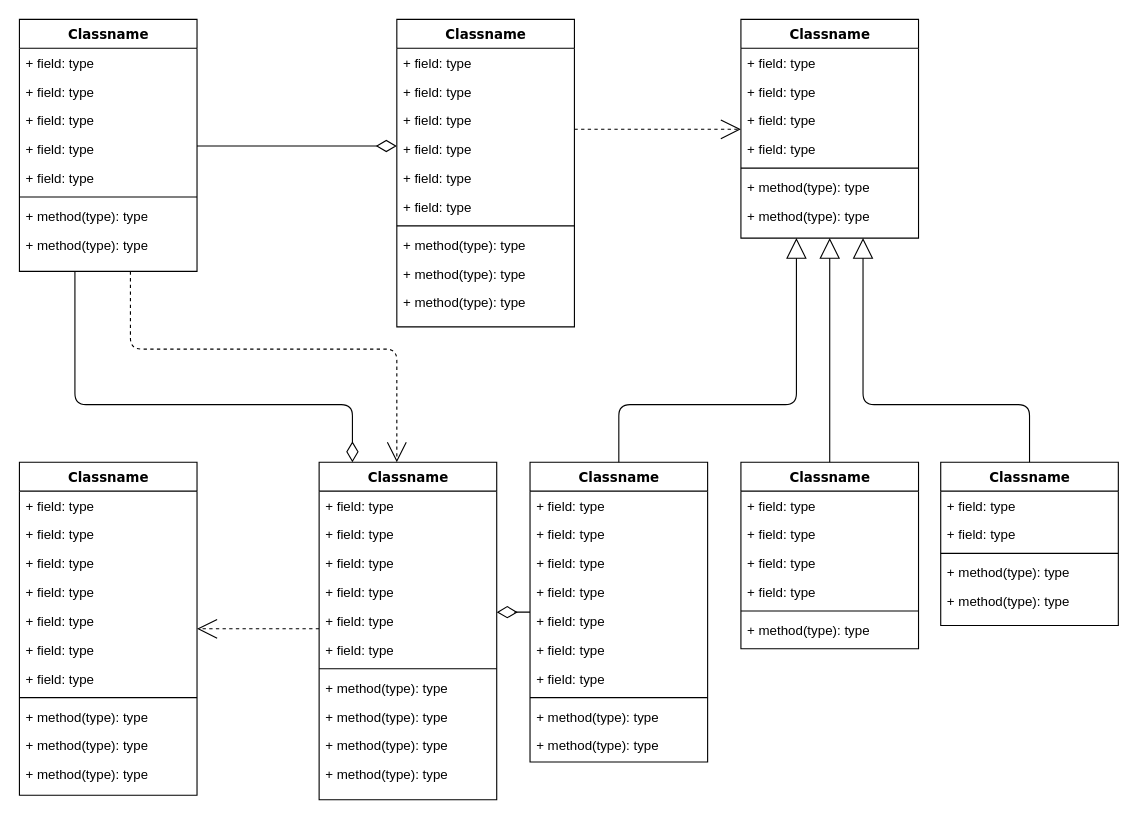
Before: BlackboardUML.drawio in MarkusvonStaden/blackboard2api, a draw.io diagram. Source tidied: cells renumbered, new cells numbered last; positions are measured from the earlier drawing's top-left corner, leaving out a move shared by most shapes. Both pictures are drawn from the tidied source at 111%, with x=0, y=0 at pixel (19, 19).
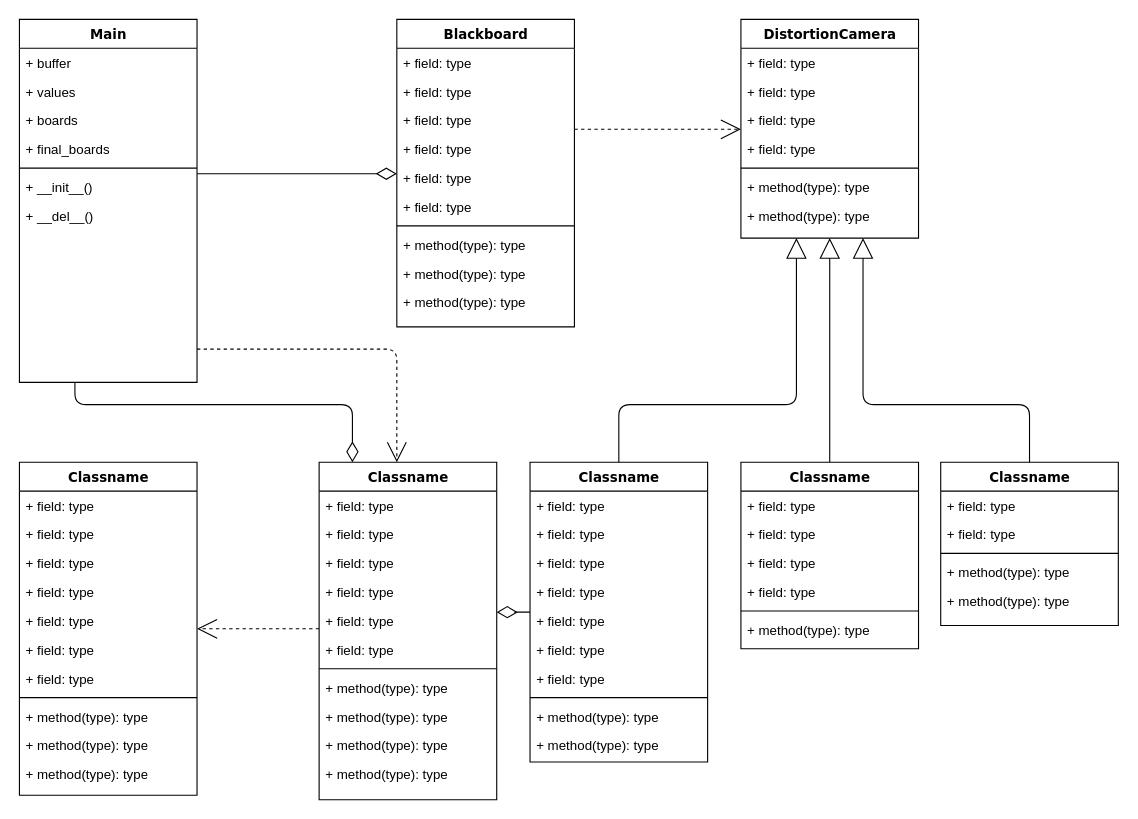
The same diagram, later.

Commit message:
Update UML class Main

The edit, as a diff of the source:
```diff
@@
-    <mxCell id="4" value="Classname" style="swimlane;html=1;fontStyle=1;align=center;verticalAlign=top;horizontal=1;startSize=26;swimlaneFillColor=#ffffff;rounded=0;shadow=0;comic=0;labelBackgroundColor=none;strokeWidth=1;fillColor=none;fontFamily=Verdana;fontSize=12;" parent="1" vertex="1">
-      <mxGeometry width="160" height="227" as="geometry" />
+    <mxCell id="4" value="Main" style="swimlane;html=1;fontStyle=1;align=center;verticalAlign=top;horizontal=1;startSize=26;swimlaneFillColor=#ffffff;rounded=0;shadow=0;comic=0;labelBackgroundColor=none;strokeWidth=1;fillColor=none;fontFamily=Verdana;fontSize=12;" parent="1" vertex="1">
+      <mxGeometry width="160" height="327" as="geometry" />
     </mxCell>
-    <mxCell id="5" value="+ field: type" style="text;html=1;strokeColor=none;fillColor=none;align=left;verticalAlign=top;spacingLeft=4;spacingRight=4;whiteSpace=wrap;overflow=hidden;" parent="4" vertex="1">
+    <mxCell id="5" value="+ buffer&lt;br&gt;" style="text;html=1;strokeColor=none;fillColor=none;align=left;verticalAlign=top;spacingLeft=4;spacingRight=4;whiteSpace=wrap;overflow=hidden;" parent="4" vertex="1">
       <mxGeometry y="26" width="160" height="26" as="geometry" />
     </mxCell>
-    <mxCell id="6" value="+ field: type" style="text;html=1;strokeColor=none;fillColor=none;align=left;verticalAlign=top;spacingLeft=4;spacingRight=4;whiteSpace=wrap;overflow=hidden;" parent="4" vertex="1">
+    <mxCell id="6" value="+ values" style="text;html=1;strokeColor=none;fillColor=none;align=left;verticalAlign=top;spacingLeft=4;spacingRight=4;whiteSpace=wrap;overflow=hidden;" parent="4" vertex="1">
       <mxGeometry y="52" width="160" height="26" as="geometry" />
     </mxCell>
-    <mxCell id="7" value="+ field: type" style="text;html=1;strokeColor=none;fillColor=none;align=left;verticalAlign=top;spacingLeft=4;spacingRight=4;whiteSpace=wrap;overflow=hidden;" parent="4" vertex="1">
+    <mxCell id="7" value="+ boards" style="text;html=1;strokeColor=none;fillColor=none;align=left;verticalAlign=top;spacingLeft=4;spacingRight=4;whiteSpace=wrap;overflow=hidden;" parent="4" vertex="1">
       <mxGeometry y="78" width="160" height="26" as="geometry" />
     </mxCell>
-    <mxCell id="8" value="+ field: type" style="text;html=1;strokeColor=none;fillColor=none;align=left;verticalAlign=top;spacingLeft=4;spacingRight=4;whiteSpace=wrap;overflow=hidden;" parent="4" vertex="1">
+    <mxCell id="8" value="+ final_boards" style="text;html=1;strokeColor=none;fillColor=none;align=left;verticalAlign=top;spacingLeft=4;spacingRight=4;whiteSpace=wrap;overflow=hidden;" parent="4" vertex="1">
       <mxGeometry y="104" width="160" height="26" as="geometry" />
     </mxCell>
-    <mxCell id="9" value="+ field: type" style="text;html=1;strokeColor=none;fillColor=none;align=left;verticalAlign=top;spacingLeft=4;spacingRight=4;whiteSpace=wrap;overflow=hidden;" parent="4" vertex="1">
-      <mxGeometry y="130" width="160" height="26" as="geometry" />
-    </mxCell>
     <mxCell id="10" style="line;html=1;strokeWidth=1;fillColor=none;align=left;verticalAlign=middle;spacingTop=-1;spacingLeft=3;spacingRight=3;labelPosition=right;" parent="4" vertex="1">
-      <mxGeometry y="156" width="160" height="8" as="geometry" />
+      <mxGeometry y="130" width="160" height="8" as="geometry" />
     </mxCell>
-    <mxCell id="11" value="+ method(type): type" style="text;html=1;strokeColor=none;fillColor=none;align=left;verticalAlign=top;spacingLeft=4;spacingRight=4;whiteSpace=wrap;overflow=hidden;" parent="4" vertex="1">
-      <mxGeometry y="164" width="160" height="26" as="geometry" />
+    <mxCell id="11" value="+ __init__()" style="text;html=1;strokeColor=none;fillColor=none;align=left;verticalAlign=top;spacingLeft=4;spacingRight=4;whiteSpace=wrap;overflow=hidden;" parent="4" vertex="1">
+      <mxGeometry y="138" width="160" height="26" as="geometry" />
     </mxCell>
-    <mxCell id="12" value="+ method(type): type" style="text;html=1;strokeColor=none;fillColor=none;align=left;verticalAlign=top;spacingLeft=4;spacingRight=4;whiteSpace=wrap;overflow=hidden;" parent="4" vertex="1">
-      <mxGeometry y="190" width="160" height="26" as="geometry" />
+    <mxCell id="12" value="+ __del__()&lt;br&gt;" style="text;html=1;strokeColor=none;fillColor=none;align=left;verticalAlign=top;spacingLeft=4;spacingRight=4;whiteSpace=wrap;overflow=hidden;" parent="4" vertex="1">
+      <mxGeometry y="164" width="160" height="26" as="geometry" />
     </mxCell>
@@
-    <mxCell id="14" value="Classname" style="swimlane;html=1;fontStyle=1;align=center;verticalAlign=top;horizontal=1;startSize=26;swimlaneFillColor=#ffffff;rounded=0;shadow=0;comic=0;labelBackgroundColor=none;strokeWidth=1;fillColor=none;fontFamily=Verdana;fontSize=12;" parent="1" vertex="1">
+    <mxCell id="14" value="Blackboard" style="swimlane;html=1;fontStyle=1;align=center;verticalAlign=top;horizontal=1;startSize=26;swimlaneFillColor=#ffffff;rounded=0;shadow=0;comic=0;labelBackgroundColor=none;strokeWidth=1;fillColor=none;fontFamily=Verdana;fontSize=12;" parent="1" vertex="1">
       <mxGeometry x="340" width="160" height="277" as="geometry" />
     </mxCell>
@@
-    <mxCell id="25" value="Classname" style="swimlane;html=1;fontStyle=1;align=center;verticalAlign=top;horizontal=1;startSize=26;swimlaneFillColor=#ffffff;rounded=0;shadow=0;comic=0;labelBackgroundColor=none;strokeWidth=1;fillColor=none;fontFamily=Verdana;fontSize=12;" parent="1" vertex="1">
+    <mxCell id="25" value="DistortionCamera" style="swimlane;html=1;fontStyle=1;align=center;verticalAlign=top;horizontal=1;startSize=26;swimlaneFillColor=#ffffff;rounded=0;shadow=0;comic=0;labelBackgroundColor=none;strokeWidth=1;fillColor=none;fontFamily=Verdana;fontSize=12;" parent="1" vertex="1">
       <mxGeometry x="650" width="160" height="197" as="geometry" />
     </mxCell>
```
